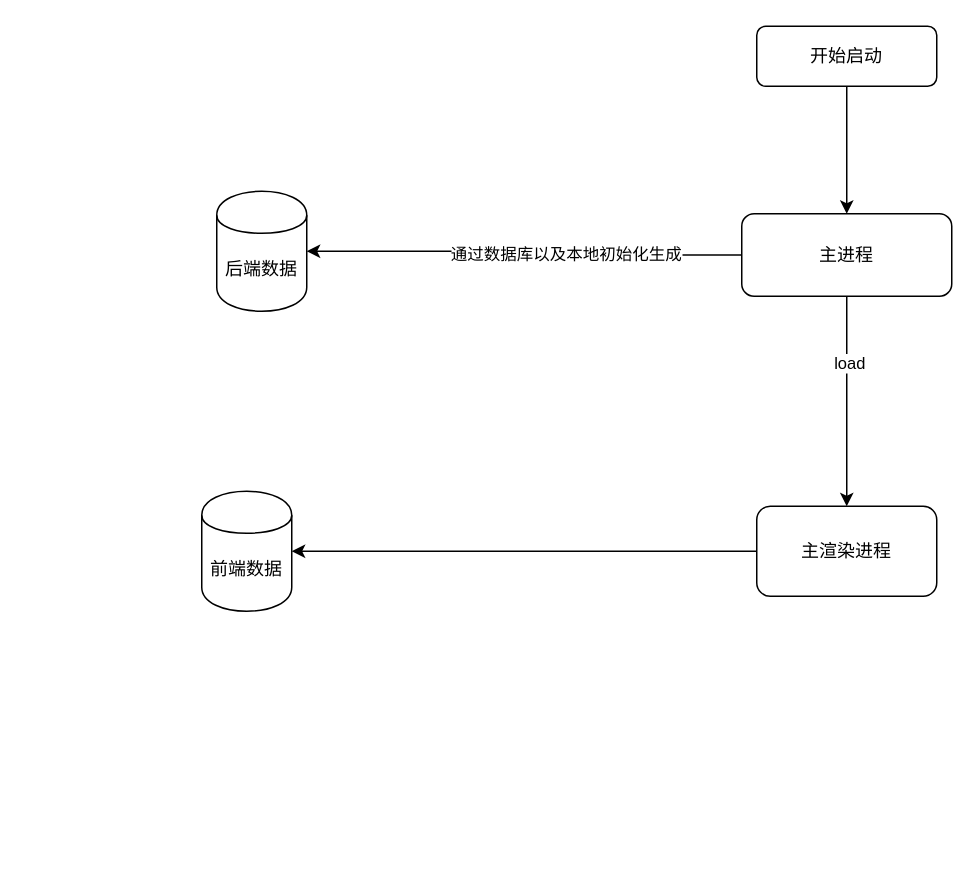
Before: env.drawio in oppo-80343438/flowChart, a draw.io diagram. Source tidied: cells renumbered, new cells numbered last; positions are measured from the earlier drawing's top-left corner, leaving out a move shared by most shapes. Both pictures are drawn from the tidied source at 150%, with x=0, y=0 at pixel (201, 26).
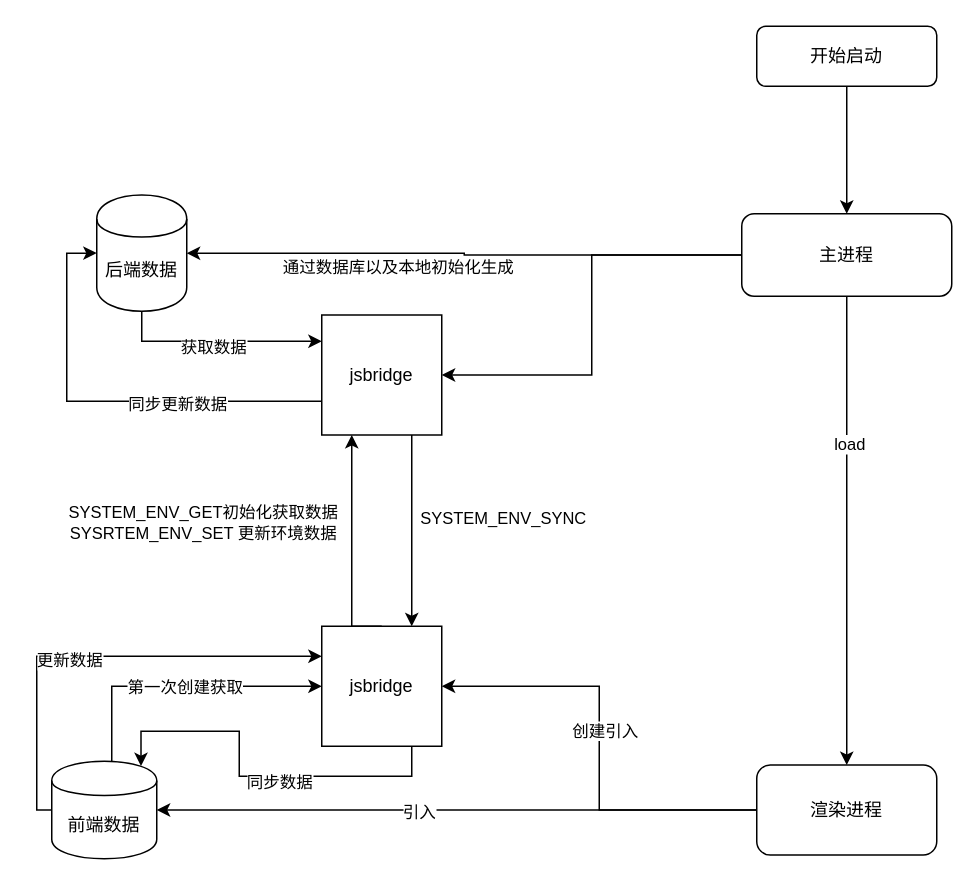
After the change.

Unchanged cells that the change refers to:
```xml
<mxCell id="4" style="edgeStyle=orthogonalEdgeStyle;rounded=0;jettySize=auto;html=1;" parent="1" edge="1" source="8" target="9">
  <mxGeometry relative="1" as="geometry" />
</mxCell>
<mxCell id="8" value="主进程" style="whiteSpace=wrap;html=1;rounded=1;shadow=0;strokeWidth=1;glass=0;" parent="1" vertex="1">
  <mxGeometry x="360" y="125" width="140" height="55" as="geometry" />
</mxCell>
```

The edit, as a diff of the source:
```diff
@@
     <mxCell id="5" value="通过数据库以及本地初始化生成" style="edgeLabel;html=1;align=center;verticalAlign=middle;" parent="4" vertex="1">
-      <mxGeometry x="-0.19" y="-1" relative="1" as="geometry" />
+      <mxGeometry x="-0.19" y="-1" relative="1" as="geometry">
+        <mxPoint x="-80" y="9" as="offset" />
+      </mxGeometry>
     </mxCell>
@@
+    <mxCell id="13" style="edgeStyle=orthogonalEdgeStyle;rounded=0;jettySize=auto;html=1;entryX=1;entryY=0.5;entryDx=0;entryDy=0;" parent="1" edge="1" source="8" target="27">
+      <mxGeometry relative="1" as="geometry" />
+    </mxCell>
@@
+    <mxCell id="14" style="edgeStyle=orthogonalEdgeStyle;rounded=0;jettySize=auto;html=1;" parent="1" edge="1" source="9" target="27">
+      <mxGeometry relative="1" as="geometry">
+        <Array as="points">
+          <mxPoint x="-40" y="210" />
+        </Array>
+      </mxGeometry>
+    </mxCell>
+    <mxCell id="15" value="获取数据" style="edgeLabel;html=1;align=center;verticalAlign=middle;" parent="14" vertex="1">
+      <mxGeometry x="-0.04" y="-3" relative="1" as="geometry" />
+    </mxCell>
     <mxCell id="9" value="后端数据" style="shape=cylinder;whiteSpace=wrap;html=1;boundedLbl=1;backgroundOutline=1;rounded=1;shadow=0;strokeWidth=1;glass=0;" parent="1" vertex="1">
-      <mxGeometry x="10" y="110" width="60" height="80" as="geometry" />
+      <mxGeometry x="-70" y="112.5" width="60" height="77.5" as="geometry" />
     </mxCell>
+    <mxCell id="16" style="edgeStyle=orthogonalEdgeStyle;rounded=0;jettySize=auto;html=1;entryX=1;entryY=0.5;entryDx=0;entryDy=0;" parent="1" edge="1" source="11" target="32">
+      <mxGeometry relative="1" as="geometry" />
+    </mxCell>
+    <mxCell id="17" value="创建引入" style="edgeLabel;html=1;align=center;verticalAlign=middle;" parent="16" vertex="1">
+      <mxGeometry x="0.08" y="-3" relative="1" as="geometry" />
+    </mxCell>
-    <mxCell id="10" style="edgeStyle=orthogonalEdgeStyle;rounded=0;jettySize=auto;html=1;exitX=0;exitY=0.5;exitDx=0;exitDy=0;entryX=1;entryY=0.5;entryDx=0;entryDy=0;" parent="1" edge="1" source="11" target="12">
+    <mxCell id="10" style="edgeStyle=orthogonalEdgeStyle;rounded=0;jettySize=auto;html=1;entryX=1;entryY=0.5;entryDx=0;entryDy=0;" parent="1" edge="1" source="11" target="12">
       <mxGeometry relative="1" as="geometry" />
     </mxCell>
+    <mxCell id="18" value="引入" style="edgeLabel;html=1;align=center;verticalAlign=middle;" parent="10" vertex="1">
+      <mxGeometry x="0.13" y="1" relative="1" as="geometry" />
+    </mxCell>
-    <mxCell id="11" value="主渲染进程" style="whiteSpace=wrap;html=1;rounded=1;shadow=0;strokeWidth=1;glass=0;" parent="1" vertex="1">
-      <mxGeometry x="370" y="320" width="120" height="60" as="geometry" />
+    <mxCell id="11" value="渲染进程" style="whiteSpace=wrap;html=1;rounded=1;shadow=0;strokeWidth=1;glass=0;" parent="1" vertex="1">
+      <mxGeometry x="370" y="492.5" width="120" height="60" as="geometry" />
     </mxCell>
+    <mxCell id="19" style="edgeStyle=orthogonalEdgeStyle;rounded=0;jettySize=auto;html=1;entryX=0;entryY=0.5;entryDx=0;entryDy=0;" parent="1" edge="1" source="12" target="32">
+      <mxGeometry relative="1" as="geometry">
+        <Array as="points">
+          <mxPoint x="-60" y="440" />
+        </Array>
+      </mxGeometry>
+    </mxCell>
+    <mxCell id="20" value="第一次创建获取" style="edgeLabel;html=1;align=center;verticalAlign=middle;" parent="19" vertex="1">
+      <mxGeometry x="0.03" relative="1" as="geometry" />
+    </mxCell>
+    <mxCell id="21" style="edgeStyle=orthogonalEdgeStyle;rounded=0;jettySize=auto;html=1;entryX=0;entryY=0.25;entryDx=0;entryDy=0;" parent="1" edge="1" source="12" target="32">
+      <mxGeometry relative="1" as="geometry">
+        <Array as="points">
+          <mxPoint x="-110" y="523" />
+          <mxPoint x="-110" y="420" />
+        </Array>
+      </mxGeometry>
+    </mxCell>
+    <mxCell id="22" value="更新数据" style="edgeLabel;html=1;align=center;verticalAlign=middle;" parent="21" vertex="1">
+      <mxGeometry x="-0.12" y="-2" relative="1" as="geometry">
+        <mxPoint x="1" as="offset" />
+      </mxGeometry>
+    </mxCell>
     <mxCell id="12" value="前端数据" style="shape=cylinder;whiteSpace=wrap;html=1;boundedLbl=1;backgroundOutline=1;rounded=1;shadow=0;strokeWidth=1;glass=0;" parent="1" vertex="1">
-      <mxGeometry y="310" width="60" height="80" as="geometry" />
+      <mxGeometry x="-100" y="490" width="70" height="65" as="geometry" />
     </mxCell>
+    <mxCell id="23" style="edgeStyle=orthogonalEdgeStyle;rounded=0;jettySize=auto;html=1;entryX=0.75;entryY=0;entryDx=0;entryDy=0;" parent="1" edge="1" source="27" target="32">
+      <mxGeometry relative="1" as="geometry">
+        <Array as="points">
+          <mxPoint x="140" y="300" />
+          <mxPoint x="140" y="300" />
+        </Array>
+      </mxGeometry>
+    </mxCell>
+    <mxCell id="24" value="SYSTEM_ENV_SYNC" style="edgeLabel;html=1;align=center;verticalAlign=middle;" parent="23" vertex="1">
+      <mxGeometry x="-0.16" y="1" relative="1" as="geometry">
+        <mxPoint x="59" y="1" as="offset" />
+      </mxGeometry>
+    </mxCell>
+    <mxCell id="25" style="edgeStyle=orthogonalEdgeStyle;rounded=0;jettySize=auto;html=1;entryX=0;entryY=0.5;entryDx=0;entryDy=0;" parent="1" edge="1" source="27" target="9">
+      <mxGeometry relative="1" as="geometry">
+        <Array as="points">
+          <mxPoint x="-90" y="250" />
+          <mxPoint x="-90" y="151" />
+        </Array>
+      </mxGeometry>
+    </mxCell>
+    <mxCell id="26" value="同步更新数据" style="edgeLabel;html=1;align=center;verticalAlign=middle;" parent="25" vertex="1">
+      <mxGeometry x="-0.33" y="1" relative="1" as="geometry" />
+    </mxCell>
+    <mxCell id="27" value="jsbridge" style="whiteSpace=wrap;html=1;" parent="1" vertex="1">
+      <mxGeometry x="80" y="192.5" width="80" height="80" as="geometry" />
+    </mxCell>
+    <mxCell id="28" style="edgeStyle=orthogonalEdgeStyle;rounded=0;jettySize=auto;html=1;exitX=0.5;exitY=0;exitDx=0;exitDy=0;entryX=0.25;entryY=1;entryDx=0;entryDy=0;" parent="1" edge="1" source="32" target="27">
+      <mxGeometry relative="1" as="geometry">
+        <Array as="points">
+          <mxPoint x="100" y="400" />
+        </Array>
+      </mxGeometry>
+    </mxCell>
+    <mxCell id="29" value="SYSTEM_ENV_GET初始化获取数据&lt;br&gt;SYSRTEM_ENV_SET 更新环境数据" style="edgeLabel;html=1;align=center;verticalAlign=middle;" parent="28" vertex="1">
+      <mxGeometry x="0.27" relative="1" as="geometry">
+        <mxPoint x="-100" y="4" as="offset" />
+      </mxGeometry>
+    </mxCell>
+    <mxCell id="30" style="edgeStyle=orthogonalEdgeStyle;rounded=0;jettySize=auto;html=1;exitX=0.75;exitY=1;exitDx=0;exitDy=0;entryX=0.85;entryY=0.05;entryDx=0;entryDy=0;entryPerimeter=0;" parent="1" edge="1" source="32" target="12">
+      <mxGeometry relative="1" as="geometry" />
+    </mxCell>
+    <mxCell id="31" value="同步数据" style="edgeLabel;html=1;align=center;verticalAlign=middle;" parent="30" vertex="1">
+      <mxGeometry x="-0.14" y="3" relative="1" as="geometry" />
+    </mxCell>
+    <mxCell id="32" value="&lt;span&gt;jsbridge&lt;/span&gt;" style="whiteSpace=wrap;html=1;" parent="1" vertex="1">
+      <mxGeometry x="80" y="400" width="80" height="80" as="geometry" />
+    </mxCell>
```
